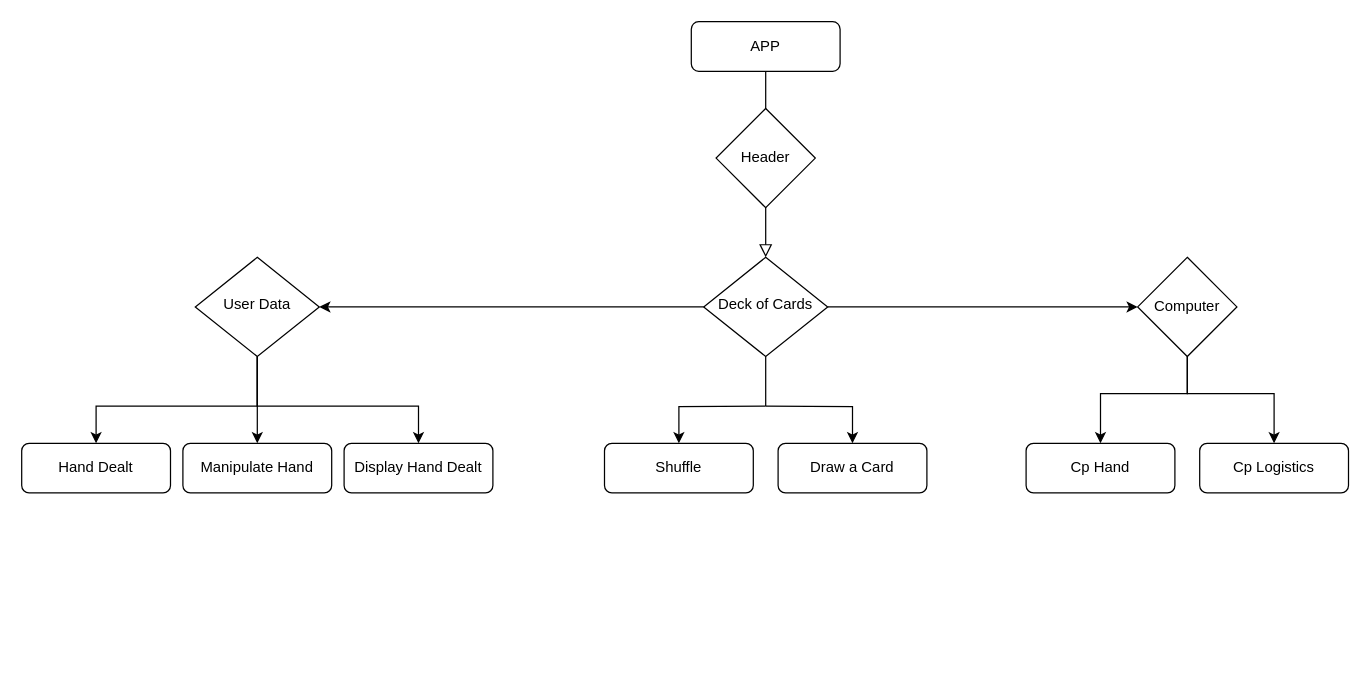
The draw.io diagram Untitled Diagram.drawio in djmcgrath/Go-Fish, before the edit. Source tidied: cells renumbered, new cells numbered last; positions are measured from the earlier drawing's top-left corner, leaving out a move shared by most shapes. Both pictures are drawn from the tidied source at 124%, with x=0, y=0 at pixel (21, 21).
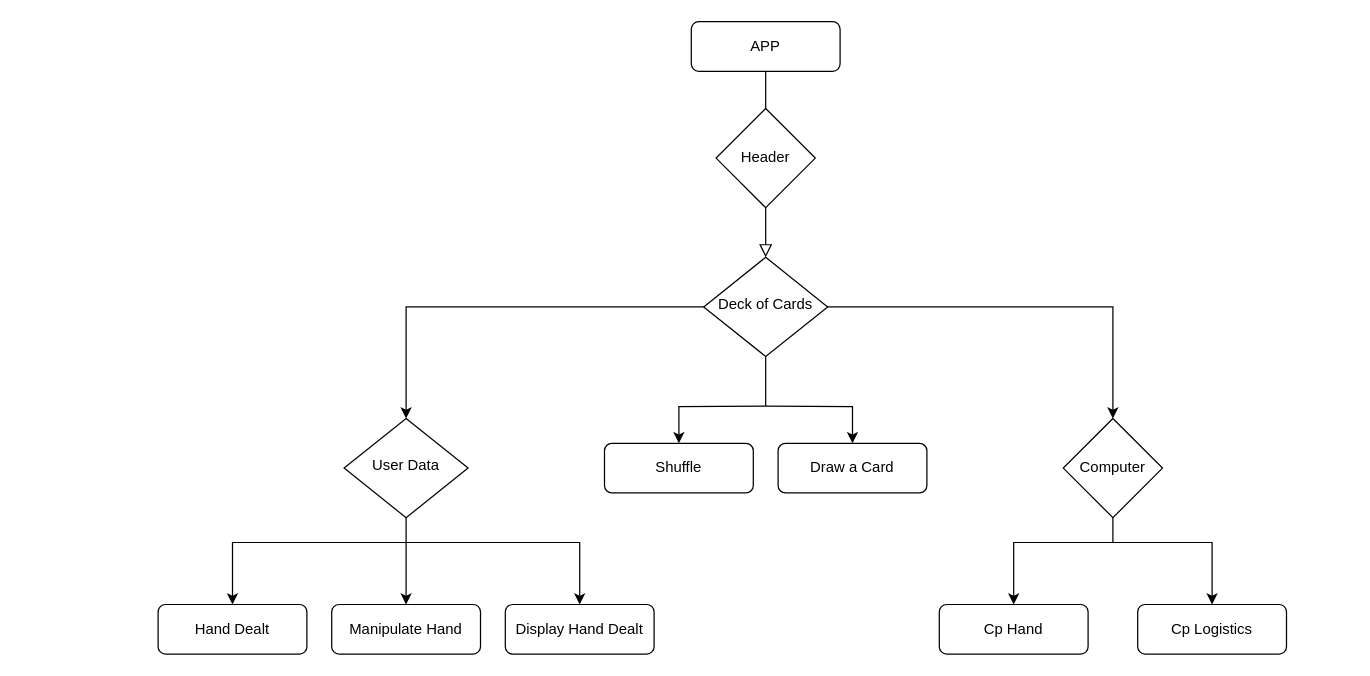
Above is the later version.

The change refers to these unchanged cells:
```xml
<mxCell id="7" value="Deck of Cards" style="rhombus;whiteSpace=wrap;html=1;shadow=0;fontFamily=Helvetica;fontSize=12;align=center;strokeWidth=1;spacing=6;spacingTop=-4;" parent="1" vertex="1">
  <mxGeometry x="550" y="190" width="100" height="80" as="geometry" />
</mxCell>
```

Diff of the diagram source:
```diff
@@
     <mxCell id="8" value="User Data" style="rhombus;whiteSpace=wrap;html=1;shadow=0;fontFamily=Helvetica;fontSize=12;align=center;strokeWidth=1;spacing=6;spacingTop=-4;" parent="1" vertex="1">
-      <mxGeometry x="140" y="190" width="100" height="80" as="geometry" />
+      <mxGeometry x="260" y="320" width="100" height="80" as="geometry" />
     </mxCell>
     <mxCell id="9" value="Hand Dealt" style="rounded=1;whiteSpace=wrap;html=1;fontSize=12;glass=0;strokeWidth=1;shadow=0;" parent="1" vertex="1">
-      <mxGeometry y="340" width="120" height="40" as="geometry" />
+      <mxGeometry x="110" y="470" width="120" height="40" as="geometry" />
     </mxCell>
@@
     <mxCell id="11" value="Computer" style="rhombus;whiteSpace=wrap;html=1;" parent="1" vertex="1">
-      <mxGeometry x="900" y="190" width="80" height="80" as="geometry" />
+      <mxGeometry x="840" y="320" width="80" height="80" as="geometry" />
     </mxCell>
@@
     <mxCell id="15" style="edgeStyle=orthogonalEdgeStyle;rounded=0;jettySize=auto;html=1;exitX=0.5;exitY=1;exitDx=0;exitDy=0;entryX=0.5;entryY=0;entryDx=0;entryDy=0;" parent="1" edge="1" source="8" target="17">
-      <mxGeometry relative="1" as="geometry">
-        <Array as="points">
-          <mxPoint x="190" y="320" />
-          <mxPoint x="190" y="320" />
-        </Array>
-      </mxGeometry>
+      <mxGeometry relative="1" as="geometry" />
     </mxCell>
     <mxCell id="16" value="Display Hand Dealt" style="rounded=1;whiteSpace=wrap;html=1;fontSize=12;glass=0;strokeWidth=1;shadow=0;" parent="1" vertex="1">
-      <mxGeometry x="260" y="340" width="120" height="40" as="geometry" />
+      <mxGeometry x="390" y="470" width="120" height="40" as="geometry" />
     </mxCell>
     <mxCell id="17" value="Manipulate Hand" style="rounded=1;whiteSpace=wrap;html=1;fontSize=12;glass=0;strokeWidth=1;shadow=0;" parent="1" vertex="1">
-      <mxGeometry x="130" y="340" width="120" height="40" as="geometry" />
+      <mxGeometry x="250" y="470" width="120" height="40" as="geometry" />
     </mxCell>
     <mxCell id="18" style="endArrow=classic;html=1;rounded=0;entryX=0.5;entryY=0;entryDx=0;entryDy=0;" parent="1" edge="1" target="16">
       <mxGeometry relative="1" as="geometry">
-        <mxPoint x="190" y="270" as="sourcePoint" />
+        <mxPoint x="190" y="420" as="sourcePoint" />
         <Array as="points">
-          <mxPoint x="190" y="310" />
-          <mxPoint x="220" y="310" />
-          <mxPoint x="320" y="310" />
+          <mxPoint x="310" y="420" />
+          <mxPoint x="450" y="420" />
         </Array>
       </mxGeometry>
     </mxCell>
     <mxCell id="19" value="Cp Hand" style="rounded=1;whiteSpace=wrap;html=1;" parent="1" vertex="1">
-      <mxGeometry x="810" y="340" width="120" height="40" as="geometry" />
+      <mxGeometry x="740" y="470" width="120" height="40" as="geometry" />
     </mxCell>
     <mxCell id="20" style="endArrow=classic;html=1;rounded=0;exitX=0.5;exitY=1;exitDx=0;exitDy=0;entryX=0.5;entryY=0;entryDx=0;entryDy=0;" parent="1" edge="1" source="11" target="19">
       <mxGeometry relative="1" as="geometry">
         <Array as="points">
-          <mxPoint x="940" y="300" />
-          <mxPoint x="870" y="300" />
+          <mxPoint x="880" y="420" />
+          <mxPoint x="800" y="420" />
         </Array>
       </mxGeometry>
     </mxCell>
     <mxCell id="21" value="Cp Logistics" style="rounded=1;whiteSpace=wrap;html=1;" parent="1" vertex="1">
-      <mxGeometry x="950" y="340" width="120" height="40" as="geometry" />
+      <mxGeometry x="900" y="470" width="120" height="40" as="geometry" />
     </mxCell>
     <mxCell id="22" style="endArrow=classic;html=1;rounded=0;entryX=0.5;entryY=0;entryDx=0;entryDy=0;" parent="1" edge="1" target="21">
       <mxGeometry relative="1" as="geometry">
-        <mxPoint x="940" y="270" as="sourcePoint" />
+        <mxPoint x="880" y="420" as="sourcePoint" />
         <Array as="points">
-          <mxPoint x="940" y="300" />
-          <mxPoint x="1010" y="300" />
+          <mxPoint x="960" y="420" />
         </Array>
       </mxGeometry>
     </mxCell>
-    <mxCell id="23" style="endArrow=classic;html=1;rounded=0;exitX=0;exitY=0.5;exitDx=0;exitDy=0;entryX=1;entryY=0.5;entryDx=0;entryDy=0;" parent="1" edge="1" source="7" target="8">
-      <mxGeometry relative="1" as="geometry" />
+    <mxCell id="23" style="endArrow=classic;html=1;rounded=0;exitX=0;exitY=0.5;exitDx=0;exitDy=0;entryX=0.5;entryY=0;entryDx=0;entryDy=0;" parent="1" edge="1" source="7" target="8">
+      <mxGeometry relative="1" as="geometry">
+        <Array as="points">
+          <mxPoint x="310" y="230" />
+        </Array>
+      </mxGeometry>
     </mxCell>
-    <mxCell id="24" style="endArrow=classic;html=1;rounded=0;exitX=0.5;exitY=1;exitDx=0;exitDy=0;entryX=0.5;entryY=0;entryDx=0;entryDy=0;" parent="1" edge="1" source="8" target="9">
+    <mxCell id="24" style="endArrow=classic;html=1;rounded=0;entryX=0.5;entryY=0;entryDx=0;entryDy=0;" parent="1" edge="1" target="9">
       <mxGeometry relative="1" as="geometry">
+        <mxPoint x="310" y="420" as="sourcePoint" />
         <Array as="points">
-          <mxPoint x="190" y="310" />
-          <mxPoint x="60" y="310" />
+          <mxPoint x="190" y="420" />
+          <mxPoint x="170" y="420" />
         </Array>
       </mxGeometry>
     </mxCell>
```
